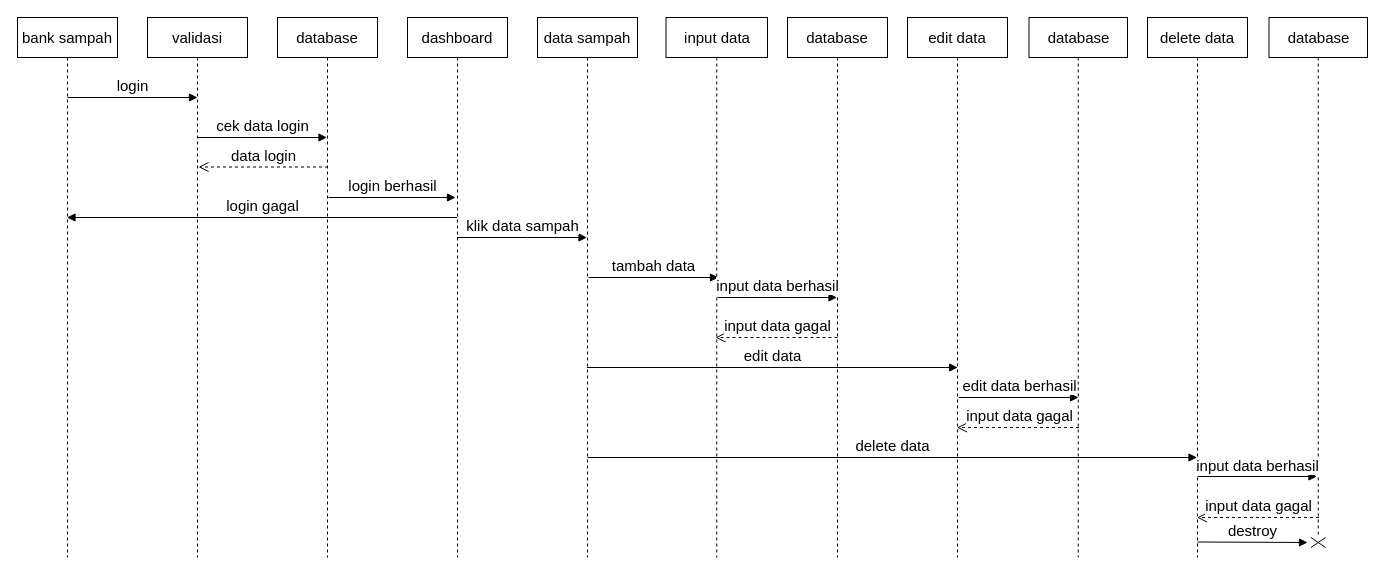
Above: page "sequence kelola data sampah" (8 of 13) of Untitled Diagram.drawio in dreamergirl01/uml_bankSampah (draw.io), before the change. Source tidied: cells renumbered, new cells numbered last; positions are measured from the earlier drawing's top-left corner, leaving out a move shared by most shapes. Both pictures are drawn from the tidied source at 100%, with x=0, y=0 at pixel (17, 17).
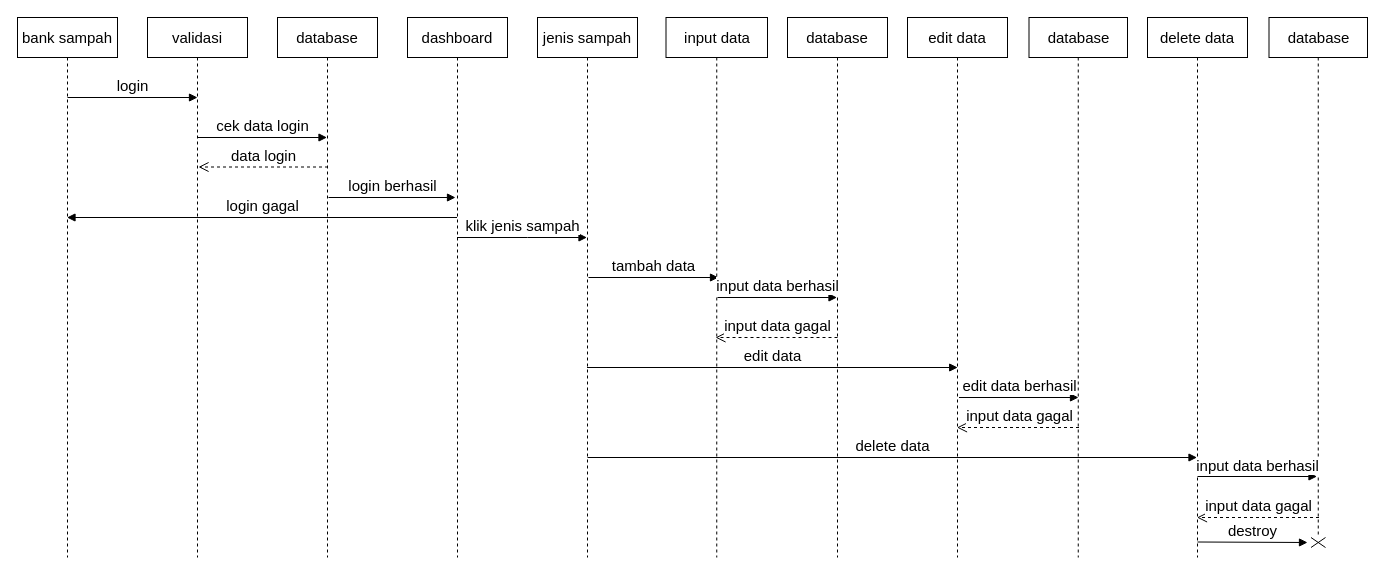
The same diagram, later.

Change to the diagram source:
```diff
@@
-    <mxCell id="6" value="data sampah" style="shape=umlLifeline;perimeter=lifelinePerimeter;whiteSpace=wrap;html=1;outlineConnect=0;portConstraint=eastwest;newEdgeStyle={&quot;curved&quot;:0,&quot;rounded&quot;:0};fontSize=15;" parent="1" vertex="1">
+    <mxCell id="6" value="jenis sampah" style="shape=umlLifeline;perimeter=lifelinePerimeter;whiteSpace=wrap;html=1;outlineConnect=0;portConstraint=eastwest;newEdgeStyle={&quot;curved&quot;:0,&quot;rounded&quot;:0};fontSize=15;" parent="1" vertex="1">
       <mxGeometry x="520" width="100" height="540" as="geometry" />
     </mxCell>
@@
-    <mxCell id="10" value="klik data sampah" style="html=1;verticalAlign=bottom;endArrow=block;curved=0;rounded=0;fontSize=15;" parent="1" edge="1">
+    <mxCell id="10" value="klik jenis sampah" style="html=1;verticalAlign=bottom;endArrow=block;curved=0;rounded=0;fontSize=15;" parent="1" edge="1">
       <mxGeometry relative="1" as="geometry">
         <mxPoint x="439.5" y="220" as="sourcePoint" />
         <mxPoint x="569.5" y="220" as="targetPoint" />
         <Array as="points">
           <mxPoint x="510" y="220" />
         </Array>
       </mxGeometry>
     </mxCell>
```
